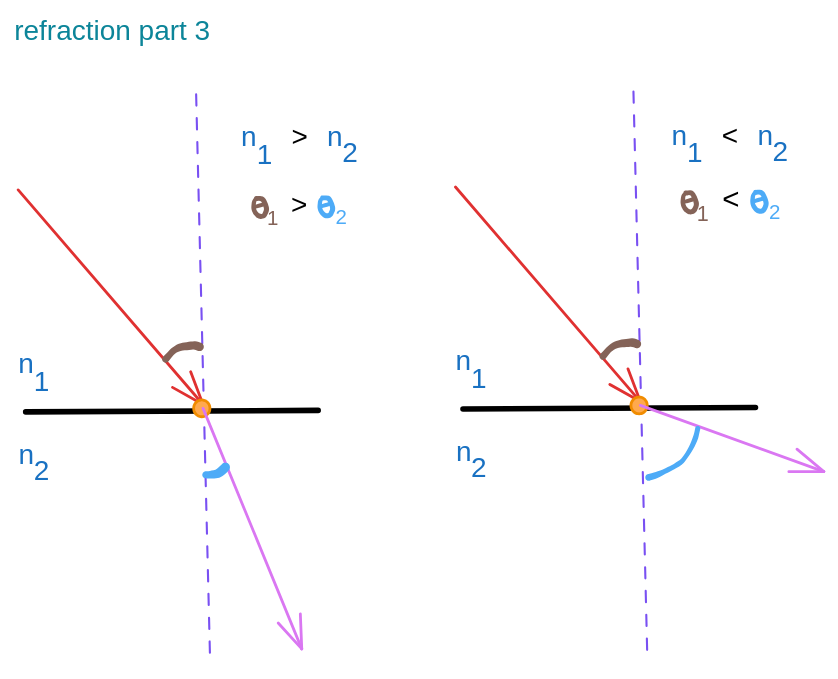
This is content/assets/refraction 2024-12-25 13.57.25.excalidraw.svg from starlitriver/starlitriver.github.io, a Excalidraw export, as it was before one commit. Source tidied: one line per element, renumbered; positions are measured from the earlier drawing's top-left corner, leaving out a move shared by most shapes. Its diagram source:
```json
{"id": 0, "type": "line", "strokeColor": "#000000", "strokeWidth": 4, "roughness": 0, "x": 8, "y": 284, "width": 209, "height": 1, "points": [[0, 0], [209, -1]]}
{"id": 1, "type": "arrow", "strokeColor": "#e03131", "strokeWidth": 2, "roughness": 0, "endArrowhead": "arrow", "x": 3, "y": 126, "width": 132, "height": 153, "points": [[0, 0], [132, 153]]}
{"id": 2, "type": "text", "text": "n", "strokeColor": "#1971c2", "strokeWidth": 1, "roughness": 0, "fontSize": 20, "fontFamily": 2, "x": 3, "y": 238, "width": 11, "height": 23}
{"id": 3, "type": "text", "text": "1", "strokeColor": "#1971c2", "strokeWidth": 1, "roughness": 0, "fontSize": 20, "fontFamily": 2, "x": 14, "y": 251, "width": 11, "height": 23}
{"id": 4, "type": "text", "text": "n", "strokeColor": "#1971c2", "strokeWidth": 1, "roughness": 0, "fontSize": 20, "fontFamily": 2, "x": 3, "y": 303, "width": 11, "height": 23}
{"id": 5, "type": "text", "text": "2", "strokeColor": "#1971c2", "strokeWidth": 1, "roughness": 0, "fontSize": 20, "fontFamily": 2, "x": 14, "y": 314, "width": 11, "height": 23}
{"id": 6, "type": "line", "strokeColor": "#7950f2", "strokeWidth": 1, "strokeStyle": "dashed", "roughness": 0, "x": 130, "y": 57, "width": 10, "height": 408, "points": [[0, 0], [10, 408]]}
{"id": 7, "type": "ellipse", "strokeColor": "#f08c00", "backgroundColor": "#ffa94d", "fillStyle": "solid", "strokeWidth": 2, "roughness": 0, "x": 128, "y": 276, "width": 12, "height": 12}
{"id": 8, "type": "text", "text": "refraction part 3", "strokeColor": "#0c8599", "backgroundColor": "#ffa94d", "fillStyle": "solid", "strokeWidth": 2, "roughness": 0, "fontSize": 20, "fontFamily": 2, "x": 0, "y": 0, "width": 140, "height": 23}
{"id": 9, "type": "arrow", "strokeColor": "#da77f2", "strokeWidth": 2, "roughness": 0, "endArrowhead": "arrow", "from": 7, "x": 135, "y": 282, "width": 71, "height": 172, "points": [[0, 0], [71, 172]]}
{"id": 10, "type": "freedraw", "strokeColor": "#846358", "strokeWidth": 1, "roughness": 0, "x": 108, "y": 247, "width": 24, "height": 10, "points": [[0, 0], [0, 0], [0, 0], [0, -1], [3, -4], [5, -6], [6, -7], [8, -8], [8, -8], [10, -9], [10, -9], [13, -9], [15, -9], [16, -9], [18, -10], [19, -10], [21, -10], [21, -10], [21, -10], [21, -10], [21, -10], [21, -10], [22, -10], [22, -10], [22, -10], [22, -10], [22, -10], [24, -9], [24, -9], [24, -9], [24, -9], [24, -9], [24, -9], [24, -9]]}
{"id": 11, "type": "freedraw", "strokeColor": "#4dabf7", "strokeWidth": 1, "roughness": 0, "x": 137, "y": 332, "width": 14, "height": 6, "points": [[0, -3], [0, -3], [0, -3], [0, -3], [0, -3], [0, -3], [1, -3], [1, -3], [3, -3], [3, -3], [4, -3], [4, -3], [4, -3], [4, -3], [5, -3], [5, -3], [6, -3], [7, -3], [8, -3], [8, -3], [9, -4], [9, -4], [9, -4], [9, -4], [9, -4], [10, -4], [10, -5], [10, -5], [10, -5], [11, -5], [11, -5], [11, -6], [12, -6], [13, -7], [13, -7], [14, -8], [14, -8], [14, -8], [14, -8], [14, -8], [14, -8], [14, -8], [14, -8], [14, -8], [14, -8]]}
{"id": 12, "type": "line", "strokeColor": "#000000", "strokeWidth": 4, "roughness": 0, "x": 321, "y": 282, "width": 209, "height": 1, "points": [[0, 0], [209, -1]]}
{"id": 13, "type": "arrow", "strokeColor": "#e03131", "strokeWidth": 2, "roughness": 0, "endArrowhead": "arrow", "x": 315, "y": 124, "width": 132, "height": 153, "points": [[0, 0], [132, 153]]}
{"id": 14, "type": "text", "text": "n", "strokeColor": "#1971c2", "strokeWidth": 1, "roughness": 0, "fontSize": 20, "fontFamily": 2, "x": 315, "y": 236, "width": 11, "height": 23}
{"id": 15, "type": "text", "text": "1", "strokeColor": "#1971c2", "strokeWidth": 1, "roughness": 0, "fontSize": 20, "fontFamily": 2, "x": 326, "y": 249, "width": 11, "height": 23}
{"id": 16, "type": "text", "text": "n", "strokeColor": "#1971c2", "strokeWidth": 1, "roughness": 0, "fontSize": 20, "fontFamily": 2, "x": 316, "y": 301, "width": 11, "height": 23}
{"id": 17, "type": "text", "text": "2", "strokeColor": "#1971c2", "strokeWidth": 1, "roughness": 0, "fontSize": 20, "fontFamily": 2, "x": 326, "y": 312, "width": 11, "height": 23}
{"id": 18, "type": "line", "strokeColor": "#7950f2", "strokeWidth": 1, "strokeStyle": "dashed", "roughness": 0, "x": 442, "y": 55, "width": 10, "height": 400, "points": [[0, 0], [10, 400]]}
{"id": 19, "type": "ellipse", "strokeColor": "#f08c00", "backgroundColor": "#ffa94d", "fillStyle": "solid", "strokeWidth": 2, "roughness": 0, "x": 441, "y": 274, "width": 12, "height": 12}
{"id": 20, "type": "arrow", "strokeColor": "#da77f2", "strokeWidth": 2, "roughness": 0, "endArrowhead": "arrow", "from": 19, "x": 447, "y": 280, "width": 131, "height": 47, "points": [[0, 0], [131, 47]]}
{"id": 21, "type": "freedraw", "strokeColor": "#846358", "strokeWidth": 1, "roughness": 0, "x": 421, "y": 245, "width": 24, "height": 10, "points": [[0, 0], [0, 0], [0, 0], [0, -1], [3, -4], [5, -6], [6, -7], [8, -8], [8, -8], [10, -9], [10, -9], [13, -9], [15, -9], [16, -9], [18, -10], [19, -10], [21, -10], [21, -10], [21, -10], [21, -10], [21, -10], [21, -10], [22, -10], [22, -10], [22, -10], [22, -10], [22, -10], [24, -9], [24, -9], [24, -9], [24, -9], [24, -9], [24, -9], [24, -9]]}
{"id": 22, "type": "text", "text": "n", "strokeColor": "#1971c2", "strokeWidth": 1, "roughness": 0, "fontSize": 20, "fontFamily": 2, "x": 162, "y": 76, "width": 11, "height": 23}
{"id": 23, "type": "text", "text": "1", "strokeColor": "#1971c2", "strokeWidth": 1, "roughness": 0, "fontSize": 20, "fontFamily": 2, "x": 173, "y": 89, "width": 11, "height": 23}
{"id": 24, "type": "text", "text": ">", "strokeColor": "#000000", "strokeWidth": 1, "roughness": 0, "fontSize": 20, "fontFamily": 2, "x": 198, "y": 76, "width": 12, "height": 23}
{"id": 25, "type": "text", "text": "n", "strokeColor": "#1971c2", "strokeWidth": 1, "roughness": 0, "fontSize": 20, "fontFamily": 2, "x": 224, "y": 76, "width": 11, "height": 23}
{"id": 26, "type": "text", "text": "2", "strokeColor": "#1971c2", "strokeWidth": 1, "roughness": 0, "fontSize": 20, "fontFamily": 2, "x": 234, "y": 88, "width": 11, "height": 23}
{"id": 27, "type": "freedraw", "strokeColor": "#4dabf7", "strokeWidth": 1, "roughness": 0, "x": 488, "y": 296, "width": 35, "height": 35, "points": [[0, 0], [0, 0], [0, 0], [0, 1], [0, 1], [-1, 3], [-1, 7], [-2, 8], [-4, 13], [-7, 18], [-9, 21], [-12, 24], [-12, 25], [-16, 27], [-21, 30], [-22, 30], [-27, 32], [-27, 33], [-29, 33], [-31, 34], [-31, 34], [-33, 34], [-33, 35], [-34, 35], [-34, 35], [-35, 35], [-35, 35], [-35, 35], [-35, 35], [-35, 35], [-35, 35], [-35, 35], [-35, 35], [-35, 35], [-35, 35]]}
{"id": 28, "type": "text", "text": "1", "strokeColor": "#846358", "strokeWidth": 1, "roughness": 0, "fontSize": 14.63, "fontFamily": 2, "x": 181, "y": 138, "width": 8, "height": 17}
{"id": 29, "type": "text", "text": ">", "strokeColor": "#000000", "strokeWidth": 1, "roughness": 0, "fontSize": 20, "fontFamily": 2, "x": 198, "y": 124, "width": 12, "height": 23}
{"id": 30, "type": "text", "text": "2", "strokeColor": "#4dabf7", "strokeWidth": 1, "roughness": 0, "fontSize": 14.63, "fontFamily": 2, "x": 230, "y": 137, "width": 8, "height": 17}
{"id": 31, "type": "freedraw", "strokeColor": "#4dabf7", "strokeWidth": 0.5, "roughness": 0, "x": 221, "y": 132, "width": 9, "height": 14, "points": [[0, 0], [0, 0], [-1, 1], [-2, 2], [-2, 3], [-2, 4], [-2, 6], [-2, 8], [-1, 9], [0, 11], [1, 12], [2, 13], [3, 13], [4, 13], [5, 12], [6, 11], [6, 10], [7, 9], [7, 8], [7, 6], [7, 5], [6, 4], [5, 1], [4, 0], [4, 0], [3, 0], [3, 0], [2, -1], [1, -1], [1, -1], [0, 0], [0, 0]]}
{"id": 32, "type": "freedraw", "strokeColor": "#4dabf7", "strokeWidth": 0.5, "roughness": 0, "x": 219, "y": 138, "width": 5, "height": 2, "points": [[0, 0], [0, 0], [0, 0], [0, 0], [1, 0], [1, 0], [1, 0], [2, -1], [2, -1], [2, -1], [3, -1], [3, -1], [4, -1], [4, -1], [4, -1], [5, -1], [5, -2], [5, -2], [5, -2], [5, -2], [5, -2], [5, -2], [5, -2], [5, -2], [5, -2], [5, -2], [5, -2], [5, -2], [5, -2], [5, -2], [5, -2], [5, -2]]}
{"id": 33, "type": "freedraw", "strokeColor": "#846358", "strokeWidth": 0.5, "roughness": 0, "x": 173, "y": 132, "width": 9, "height": 14, "points": [[0, 0], [0, 0], [-1, 1], [-2, 2], [-2, 3], [-2, 4], [-2, 6], [-2, 8], [-1, 9], [0, 11], [1, 12], [2, 13], [3, 13], [4, 13], [5, 12], [6, 11], [6, 10], [7, 9], [7, 8], [7, 6], [7, 5], [6, 4], [5, 1], [4, 0], [4, 0], [3, 0], [3, 0], [2, -1], [1, -1], [1, -1], [0, 0], [0, 0]]}
{"id": 34, "type": "freedraw", "strokeColor": "#846358", "strokeWidth": 0.5, "roughness": 0, "x": 172, "y": 138, "width": 5, "height": 2, "points": [[0, 0], [0, 0], [0, 0], [0, 0], [1, 0], [1, 0], [1, 0], [2, -1], [2, -1], [2, -1], [3, -1], [3, -1], [4, -1], [4, -1], [4, -1], [5, -1], [5, -2], [5, -2], [5, -2], [5, -2], [5, -2], [5, -2], [5, -2], [5, -2], [5, -2], [5, -2], [5, -2], [5, -2], [5, -2], [5, -2], [5, -2], [5, -2]]}
{"id": 35, "type": "text", "text": "n", "strokeColor": "#1971c2", "strokeWidth": 1, "roughness": 0, "fontSize": 20, "fontFamily": 2, "x": 470, "y": 75, "width": 11, "height": 23}
{"id": 36, "type": "text", "text": "1", "strokeColor": "#1971c2", "strokeWidth": 1, "roughness": 0, "fontSize": 20, "fontFamily": 2, "x": 481, "y": 88, "width": 11, "height": 23}
{"id": 37, "type": "text", "text": "<", "strokeColor": "#000000", "strokeWidth": 1, "roughness": 0, "fontSize": 20, "fontFamily": 2, "x": 506, "y": 75, "width": 12, "height": 23}
{"id": 38, "type": "text", "text": "n", "strokeColor": "#1971c2", "strokeWidth": 1, "roughness": 0, "fontSize": 20, "fontFamily": 2, "x": 531, "y": 75, "width": 11, "height": 23}
{"id": 39, "type": "text", "text": "2", "strokeColor": "#1971c2", "strokeWidth": 1, "roughness": 0, "fontSize": 20, "fontFamily": 2, "x": 542, "y": 86, "width": 11, "height": 23}
{"id": 40, "type": "text", "text": "1", "strokeColor": "#846358", "strokeWidth": 1, "roughness": 0, "fontSize": 15.42, "fontFamily": 2, "x": 488, "y": 134, "width": 9, "height": 18}
{"id": 41, "type": "text", "text": "<", "strokeColor": "#000000", "strokeWidth": 1, "roughness": 0, "fontSize": 21.08, "fontFamily": 2, "x": 506, "y": 120, "width": 12, "height": 24}
{"id": 42, "type": "text", "text": "2", "strokeColor": "#4dabf7", "strokeWidth": 1, "roughness": 0, "fontSize": 14.63, "fontFamily": 2, "x": 539, "y": 133, "width": 8, "height": 17}
{"id": 43, "type": "freedraw", "strokeColor": "#4dabf7", "strokeWidth": 0.5, "roughness": 0, "x": 530, "y": 128, "width": 10, "height": 14, "points": [[0, 0], [0, 0], [-1, 1], [-2, 2], [-2, 3], [-2, 4], [-2, 6], [-2, 9], [-1, 10], [0, 11], [1, 13], [2, 13], [3, 13], [4, 13], [5, 13], [6, 12], [7, 11], [7, 9], [7, 8], [7, 7], [7, 5], [6, 4], [5, 1], [5, 0], [4, 0], [3, 0], [3, -1], [2, -1], [1, -1], [1, -1], [0, 0], [0, 0]]}
{"id": 44, "type": "freedraw", "strokeColor": "#4dabf7", "strokeWidth": 0.5, "roughness": 0, "x": 528, "y": 134, "width": 6, "height": 2, "points": [[0, 0], [0, 0], [0, 0], [0, 0], [1, 0], [1, 0], [1, 0], [2, -1], [2, -1], [3, -1], [3, -1], [4, -1], [4, -1], [5, -1], [5, -1], [5, -2], [5, -2], [5, -2], [5, -2], [5, -2], [5, -2], [5, -2], [5, -2], [5, -2], [5, -2], [5, -2], [6, -2], [6, -2], [6, -2], [6, -2], [6, -2], [6, -2]]}
{"id": 45, "type": "freedraw", "strokeColor": "#846358", "strokeWidth": 0.5, "roughness": 0, "x": 480, "y": 128, "width": 10, "height": 14, "points": [[0, 0], [0, 0], [-1, 1], [-2, 2], [-2, 3], [-2, 4], [-2, 6], [-2, 9], [-1, 10], [0, 11], [1, 13], [2, 13], [3, 13], [4, 13], [5, 13], [6, 12], [7, 11], [7, 9], [7, 8], [7, 7], [7, 5], [6, 4], [5, 1], [5, 0], [4, 0], [3, 0], [3, -1], [2, -1], [1, -1], [1, -1], [0, 0], [0, 0]]}
{"id": 46, "type": "freedraw", "strokeColor": "#846358", "strokeWidth": 0.5, "roughness": 0, "x": 478, "y": 134, "width": 6, "height": 2, "points": [[0, 0], [0, 0], [0, 0], [0, 0], [1, 0], [1, 0], [1, 0], [2, -1], [2, -1], [3, -1], [3, -1], [4, -1], [4, -1], [5, -1], [5, -1], [5, -2], [5, -2], [5, -2], [5, -2], [5, -2], [5, -2], [5, -2], [5, -2], [5, -2], [5, -2], [5, -2], [6, -2], [6, -2], [6, -2], [6, -2], [6, -2], [6, -2]]}
```
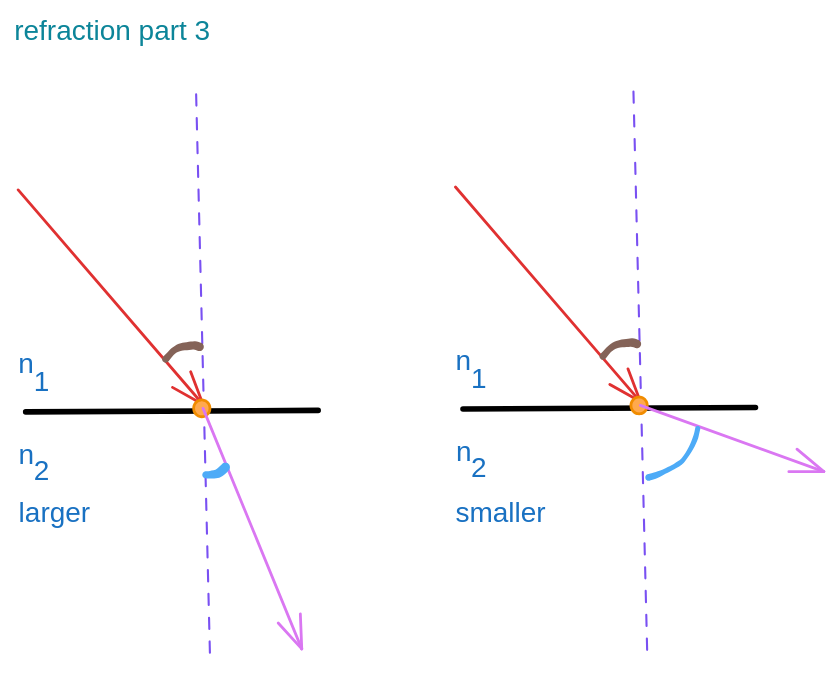
The same file after the commit.

Change to the diagram source:
```diff
@@ -20,28 +20,6 @@
 {"id": 19, "type": "ellipse", "strokeColor": "#f08c00", "backgroundColor": "#ffa94d", "fillStyle": "solid", "strokeWidth": 2, "roughness": 0, "x": 441, "y": 274, "width": 12, "height": 12}
 {"id": 20, "type": "arrow", "strokeColor": "#da77f2", "strokeWidth": 2, "roughness": 0, "endArrowhead": "arrow", "from": 19, "x": 447, "y": 280, "width": 131, "height": 47, "points": [[0, 0], [131, 47]]}
 {"id": 21, "type": "freedraw", "strokeColor": "#846358", "strokeWidth": 1, "roughness": 0, "x": 421, "y": 245, "width": 24, "height": 10, "points": [[0, 0], [0, 0], [0, 0], [0, -1], [3, -4], [5, -6], [6, -7], [8, -8], [8, -8], [10, -9], [10, -9], [13, -9], [15, -9], [16, -9], [18, -10], [19, -10], [21, -10], [21, -10], [21, -10], [21, -10], [21, -10], [21, -10], [22, -10], [22, -10], [22, -10], [22, -10], [22, -10], [24, -9], [24, -9], [24, -9], [24, -9], [24, -9], [24, -9], [24, -9]]}
-{"id": 22, "type": "text", "text": "n", "strokeColor": "#1971c2", "strokeWidth": 1, "roughness": 0, "fontSize": 20, "fontFamily": 2, "x": 162, "y": 76, "width": 11, "height": 23}
-{"id": 23, "type": "text", "text": "1", "strokeColor": "#1971c2", "strokeWidth": 1, "roughness": 0, "fontSize": 20, "fontFamily": 2, "x": 173, "y": 89, "width": 11, "height": 23}
-{"id": 24, "type": "text", "text": ">", "strokeColor": "#000000", "strokeWidth": 1, "roughness": 0, "fontSize": 20, "fontFamily": 2, "x": 198, "y": 76, "width": 12, "height": 23}
-{"id": 25, "type": "text", "text": "n", "strokeColor": "#1971c2", "strokeWidth": 1, "roughness": 0, "fontSize": 20, "fontFamily": 2, "x": 224, "y": 76, "width": 11, "height": 23}
-{"id": 26, "type": "text", "text": "2", "strokeColor": "#1971c2", "strokeWidth": 1, "roughness": 0, "fontSize": 20, "fontFamily": 2, "x": 234, "y": 88, "width": 11, "height": 23}
 {"id": 27, "type": "freedraw", "strokeColor": "#4dabf7", "strokeWidth": 1, "roughness": 0, "x": 488, "y": 296, "width": 35, "height": 35, "points": [[0, 0], [0, 0], [0, 0], [0, 1], [0, 1], [-1, 3], [-1, 7], [-2, 8], [-4, 13], [-7, 18], [-9, 21], [-12, 24], [-12, 25], [-16, 27], [-21, 30], [-22, 30], [-27, 32], [-27, 33], [-29, 33], [-31, 34], [-31, 34], [-33, 34], [-33, 35], [-34, 35], [-34, 35], [-35, 35], [-35, 35], [-35, 35], [-35, 35], [-35, 35], [-35, 35], [-35, 35], [-35, 35], [-35, 35], [-35, 35]]}
-{"id": 28, "type": "text", "text": "1", "strokeColor": "#846358", "strokeWidth": 1, "roughness": 0, "fontSize": 14.63, "fontFamily": 2, "x": 181, "y": 138, "width": 8, "height": 17}
-{"id": 29, "type": "text", "text": ">", "strokeColor": "#000000", "strokeWidth": 1, "roughness": 0, "fontSize": 20, "fontFamily": 2, "x": 198, "y": 124, "width": 12, "height": 23}
-{"id": 30, "type": "text", "text": "2", "strokeColor": "#4dabf7", "strokeWidth": 1, "roughness": 0, "fontSize": 14.63, "fontFamily": 2, "x": 230, "y": 137, "width": 8, "height": 17}
-{"id": 31, "type": "freedraw", "strokeColor": "#4dabf7", "strokeWidth": 0.5, "roughness": 0, "x": 221, "y": 132, "width": 9, "height": 14, "points": [[0, 0], [0, 0], [-1, 1], [-2, 2], [-2, 3], [-2, 4], [-2, 6], [-2, 8], [-1, 9], [0, 11], [1, 12], [2, 13], [3, 13], [4, 13], [5, 12], [6, 11], [6, 10], [7, 9], [7, 8], [7, 6], [7, 5], [6, 4], [5, 1], [4, 0], [4, 0], [3, 0], [3, 0], [2, -1], [1, -1], [1, -1], [0, 0], [0, 0]]}
-{"id": 32, "type": "freedraw", "strokeColor": "#4dabf7", "strokeWidth": 0.5, "roughness": 0, "x": 219, "y": 138, "width": 5, "height": 2, "points": [[0, 0], [0, 0], [0, 0], [0, 0], [1, 0], [1, 0], [1, 0], [2, -1], [2, -1], [2, -1], [3, -1], [3, -1], [4, -1], [4, -1], [4, -1], [5, -1], [5, -2], [5, -2], [5, -2], [5, -2], [5, -2], [5, -2], [5, -2], [5, -2], [5, -2], [5, -2], [5, -2], [5, -2], [5, -2], [5, -2], [5, -2], [5, -2]]}
-{"id": 33, "type": "freedraw", "strokeColor": "#846358", "strokeWidth": 0.5, "roughness": 0, "x": 173, "y": 132, "width": 9, "height": 14, "points": [[0, 0], [0, 0], [-1, 1], [-2, 2], [-2, 3], [-2, 4], [-2, 6], [-2, 8], [-1, 9], [0, 11], [1, 12], [2, 13], [3, 13], [4, 13], [5, 12], [6, 11], [6, 10], [7, 9], [7, 8], [7, 6], [7, 5], [6, 4], [5, 1], [4, 0], [4, 0], [3, 0], [3, 0], [2, -1], [1, -1], [1, -1], [0, 0], [0, 0]]}
-{"id": 34, "type": "freedraw", "strokeColor": "#846358", "strokeWidth": 0.5, "roughness": 0, "x": 172, "y": 138, "width": 5, "height": 2, "points": [[0, 0], [0, 0], [0, 0], [0, 0], [1, 0], [1, 0], [1, 0], [2, -1], [2, -1], [2, -1], [3, -1], [3, -1], [4, -1], [4, -1], [4, -1], [5, -1], [5, -2], [5, -2], [5, -2], [5, -2], [5, -2], [5, -2], [5, -2], [5, -2], [5, -2], [5, -2], [5, -2], [5, -2], [5, -2], [5, -2], [5, -2], [5, -2]]}
-{"id": 35, "type": "text", "text": "n", "strokeColor": "#1971c2", "strokeWidth": 1, "roughness": 0, "fontSize": 20, "fontFamily": 2, "x": 470, "y": 75, "width": 11, "height": 23}
-{"id": 36, "type": "text", "text": "1", "strokeColor": "#1971c2", "strokeWidth": 1, "roughness": 0, "fontSize": 20, "fontFamily": 2, "x": 481, "y": 88, "width": 11, "height": 23}
-{"id": 37, "type": "text", "text": "<", "strokeColor": "#000000", "strokeWidth": 1, "roughness": 0, "fontSize": 20, "fontFamily": 2, "x": 506, "y": 75, "width": 12, "height": 23}
-{"id": 38, "type": "text", "text": "n", "strokeColor": "#1971c2", "strokeWidth": 1, "roughness": 0, "fontSize": 20, "fontFamily": 2, "x": 531, "y": 75, "width": 11, "height": 23}
-{"id": 39, "type": "text", "text": "2", "strokeColor": "#1971c2", "strokeWidth": 1, "roughness": 0, "fontSize": 20, "fontFamily": 2, "x": 542, "y": 86, "width": 11, "height": 23}
-{"id": 40, "type": "text", "text": "1", "strokeColor": "#846358", "strokeWidth": 1, "roughness": 0, "fontSize": 15.42, "fontFamily": 2, "x": 488, "y": 134, "width": 9, "height": 18}
-{"id": 41, "type": "text", "text": "<", "strokeColor": "#000000", "strokeWidth": 1, "roughness": 0, "fontSize": 21.08, "fontFamily": 2, "x": 506, "y": 120, "width": 12, "height": 24}
-{"id": 42, "type": "text", "text": "2", "strokeColor": "#4dabf7", "strokeWidth": 1, "roughness": 0, "fontSize": 14.63, "fontFamily": 2, "x": 539, "y": 133, "width": 8, "height": 17}
-{"id": 43, "type": "freedraw", "strokeColor": "#4dabf7", "strokeWidth": 0.5, "roughness": 0, "x": 530, "y": 128, "width": 10, "height": 14, "points": [[0, 0], [0, 0], [-1, 1], [-2, 2], [-2, 3], [-2, 4], [-2, 6], [-2, 9], [-1, 10], [0, 11], [1, 13], [2, 13], [3, 13], [4, 13], [5, 13], [6, 12], [7, 11], [7, 9], [7, 8], [7, 7], [7, 5], [6, 4], [5, 1], [5, 0], [4, 0], [3, 0], [3, -1], [2, -1], [1, -1], [1, -1], [0, 0], [0, 0]]}
-{"id": 44, "type": "freedraw", "strokeColor": "#4dabf7", "strokeWidth": 0.5, "roughness": 0, "x": 528, "y": 134, "width": 6, "height": 2, "points": [[0, 0], [0, 0], [0, 0], [0, 0], [1, 0], [1, 0], [1, 0], [2, -1], [2, -1], [3, -1], [3, -1], [4, -1], [4, -1], [5, -1], [5, -1], [5, -2], [5, -2], [5, -2], [5, -2], [5, -2], [5, -2], [5, -2], [5, -2], [5, -2], [5, -2], [5, -2], [6, -2], [6, -2], [6, -2], [6, -2], [6, -2], [6, -2]]}
-{"id": 45, "type": "freedraw", "strokeColor": "#846358", "strokeWidth": 0.5, "roughness": 0, "x": 480, "y": 128, "width": 10, "height": 14, "points": [[0, 0], [0, 0], [-1, 1], [-2, 2], [-2, 3], [-2, 4], [-2, 6], [-2, 9], [-1, 10], [0, 11], [1, 13], [2, 13], [3, 13], [4, 13], [5, 13], [6, 12], [7, 11], [7, 9], [7, 8], [7, 7], [7, 5], [6, 4], [5, 1], [5, 0], [4, 0], [3, 0], [3, -1], [2, -1], [1, -1], [1, -1], [0, 0], [0, 0]]}
-{"id": 46, "type": "freedraw", "strokeColor": "#846358", "strokeWidth": 0.5, "roughness": 0, "x": 478, "y": 134, "width": 6, "height": 2, "points": [[0, 0], [0, 0], [0, 0], [0, 0], [1, 0], [1, 0], [1, 0], [2, -1], [2, -1], [3, -1], [3, -1], [4, -1], [4, -1], [5, -1], [5, -1], [5, -2], [5, -2], [5, -2], [5, -2], [5, -2], [5, -2], [5, -2], [5, -2], [5, -2], [5, -2], [5, -2], [6, -2], [6, -2], [6, -2], [6, -2], [6, -2], [6, -2]]}
+{"id": 47, "type": "text", "text": "smaller", "strokeColor": "#1971c2", "strokeWidth": 1, "roughness": 0, "fontSize": 20, "fontFamily": 2, "x": 315, "y": 345, "width": 64, "height": 23}
+{"id": 48, "type": "text", "text": "larger", "strokeColor": "#1971c2", "strokeWidth": 1, "roughness": 0, "fontSize": 20, "fontFamily": 2, "x": 3, "y": 345, "width": 51, "height": 23}
```
